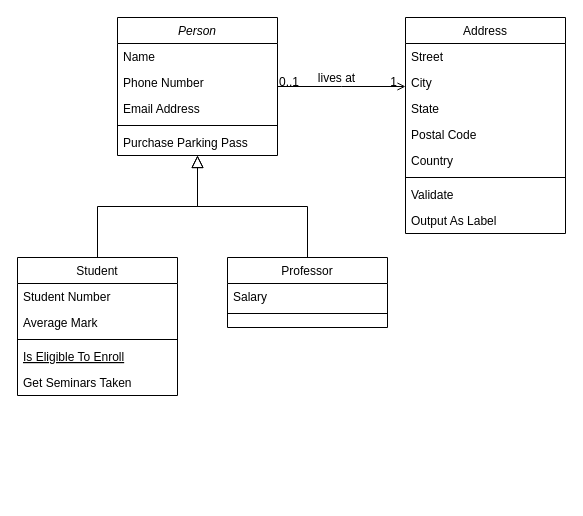
Above: classdiagram.drawio in ROSYIDAN/flow-chart (draw.io), before the change. Source tidied: cells renumbered, new cells numbered last; positions are measured from the earlier drawing's top-left corner, leaving out a move shared by most shapes. Both pictures are drawn from the tidied source at 100%, with x=0, y=0 at pixel (17, 17).
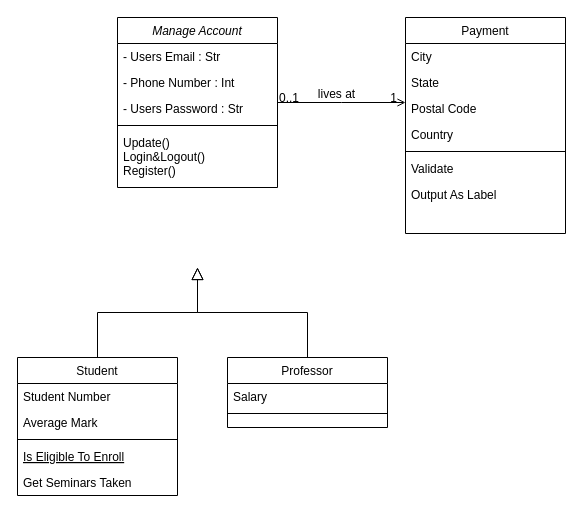
Above is the later version.

Change to the diagram source:
```diff
@@
-    <mxCell id="2" value="Person" style="swimlane;fontStyle=2;align=center;verticalAlign=top;horizontal=1;startSize=26;rounded=0;shadow=0;strokeWidth=1;" parent="1" vertex="1">
-      <mxGeometry x="100" width="160" height="138" as="geometry" />
+    <mxCell id="2" value="Manage Account" style="swimlane;fontStyle=2;align=center;verticalAlign=top;horizontal=1;startSize=26;rounded=0;shadow=0;strokeWidth=1;" parent="1" vertex="1">
+      <mxGeometry x="100" width="160" height="170" as="geometry" />
     </mxCell>
-    <mxCell id="3" value="Name" style="text;align=left;verticalAlign=top;spacingLeft=4;spacingRight=4;overflow=hidden;" parent="2" vertex="1">
+    <mxCell id="3" value="- Users Email : Str" style="text;align=left;verticalAlign=top;spacingLeft=4;spacingRight=4;overflow=hidden;" parent="2" vertex="1">
       <mxGeometry y="26" width="160" height="26" as="geometry" />
     </mxCell>
-    <mxCell id="4" value="Phone Number" style="text;align=left;verticalAlign=top;spacingLeft=4;spacingRight=4;overflow=hidden;rounded=0;shadow=0;html=0;" parent="2" vertex="1">
+    <mxCell id="4" value="- Phone Number : Int" style="text;align=left;verticalAlign=top;spacingLeft=4;spacingRight=4;overflow=hidden;rounded=0;shadow=0;html=0;" parent="2" vertex="1">
       <mxGeometry y="52" width="160" height="26" as="geometry" />
     </mxCell>
-    <mxCell id="5" value="Email Address" style="text;align=left;verticalAlign=top;spacingLeft=4;spacingRight=4;overflow=hidden;rounded=0;shadow=0;html=0;" parent="2" vertex="1">
+    <mxCell id="5" value="- Users Password : Str" style="text;align=left;verticalAlign=top;spacingLeft=4;spacingRight=4;overflow=hidden;rounded=0;shadow=0;html=0;" parent="2" vertex="1">
       <mxGeometry y="78" width="160" height="26" as="geometry" />
     </mxCell>
@@
-    <mxCell id="7" value="Purchase Parking Pass" style="text;align=left;verticalAlign=top;spacingLeft=4;spacingRight=4;overflow=hidden;" parent="2" vertex="1">
-      <mxGeometry y="112" width="160" height="26" as="geometry" />
+    <mxCell id="7" value="Update()&#10;Login&amp;Logout()&#10;Register()" style="text;align=left;verticalAlign=top;spacingLeft=4;spacingRight=4;overflow=hidden;" parent="2" vertex="1">
+      <mxGeometry y="112" width="160" height="58" as="geometry" />
     </mxCell>
     <mxCell id="8" value="Student" style="swimlane;fontStyle=0;align=center;verticalAlign=top;horizontal=1;startSize=26;rounded=0;shadow=0;strokeWidth=1;" parent="1" vertex="1">
-      <mxGeometry y="240" width="160" height="138" as="geometry" />
+      <mxGeometry y="340" width="160" height="138" as="geometry" />
     </mxCell>
@@
-    <mxCell id="14" style="endArrow=block;endSize=10;endFill=0;shadow=0;strokeWidth=1;rounded=0;edgeStyle=elbowEdgeStyle;elbow=vertical;" parent="1" edge="1" source="8" target="2">
-      <mxGeometry relative="1" as="geometry" />
+    <mxCell id="14" style="endArrow=block;endSize=10;endFill=0;shadow=0;strokeWidth=1;rounded=0;edgeStyle=elbowEdgeStyle;elbow=vertical;" parent="1" edge="1" source="8">
+      <mxGeometry relative="1" as="geometry">
+        <mxPoint x="180" y="250" as="targetPoint" />
+      </mxGeometry>
     </mxCell>
     <mxCell id="15" value="Professor" style="swimlane;fontStyle=0;align=center;verticalAlign=top;horizontal=1;startSize=26;rounded=0;shadow=0;strokeWidth=1;" parent="1" vertex="1">
-      <mxGeometry x="210" y="240" width="160" height="70" as="geometry" />
+      <mxGeometry x="210" y="340" width="160" height="70" as="geometry" />
     </mxCell>
@@
-    <mxCell id="18" style="endArrow=block;endSize=10;endFill=0;shadow=0;strokeWidth=1;rounded=0;edgeStyle=elbowEdgeStyle;elbow=vertical;" parent="1" edge="1" source="15" target="2">
-      <mxGeometry relative="1" as="geometry" />
+    <mxCell id="18" style="endArrow=block;endSize=10;endFill=0;shadow=0;strokeWidth=1;rounded=0;edgeStyle=elbowEdgeStyle;elbow=vertical;" parent="1" edge="1" source="15">
+      <mxGeometry relative="1" as="geometry">
+        <mxPoint x="180" y="250" as="targetPoint" />
+      </mxGeometry>
     </mxCell>
-    <mxCell id="19" value="Address" style="swimlane;fontStyle=0;align=center;verticalAlign=top;horizontal=1;startSize=26;rounded=0;shadow=0;strokeWidth=1;" parent="1" vertex="1">
+    <mxCell id="19" value="Payment" style="swimlane;fontStyle=0;align=center;verticalAlign=top;horizontal=1;startSize=26;rounded=0;shadow=0;strokeWidth=1;" parent="1" vertex="1">
       <mxGeometry x="388" width="160" height="216" as="geometry" />
     </mxCell>
-    <mxCell id="20" value="Street" style="text;align=left;verticalAlign=top;spacingLeft=4;spacingRight=4;overflow=hidden;" parent="19" vertex="1">
-      <mxGeometry y="26" width="160" height="26" as="geometry" />
-    </mxCell>
     <mxCell id="21" value="City" style="text;align=left;verticalAlign=top;spacingLeft=4;spacingRight=4;overflow=hidden;rounded=0;shadow=0;html=0;" parent="19" vertex="1">
-      <mxGeometry y="52" width="160" height="26" as="geometry" />
+      <mxGeometry y="26" width="160" height="26" as="geometry" />
     </mxCell>
     <mxCell id="22" value="State" style="text;align=left;verticalAlign=top;spacingLeft=4;spacingRight=4;overflow=hidden;rounded=0;shadow=0;html=0;" parent="19" vertex="1">
-      <mxGeometry y="78" width="160" height="26" as="geometry" />
+      <mxGeometry y="52" width="160" height="26" as="geometry" />
     </mxCell>
     <mxCell id="23" value="Postal Code" style="text;align=left;verticalAlign=top;spacingLeft=4;spacingRight=4;overflow=hidden;rounded=0;shadow=0;html=0;" parent="19" vertex="1">
-      <mxGeometry y="104" width="160" height="26" as="geometry" />
+      <mxGeometry y="78" width="160" height="26" as="geometry" />
     </mxCell>
     <mxCell id="24" value="Country" style="text;align=left;verticalAlign=top;spacingLeft=4;spacingRight=4;overflow=hidden;rounded=0;shadow=0;html=0;" parent="19" vertex="1">
-      <mxGeometry y="130" width="160" height="26" as="geometry" />
+      <mxGeometry y="104" width="160" height="26" as="geometry" />
     </mxCell>
     <mxCell id="25" style="line;html=1;strokeWidth=1;align=left;verticalAlign=middle;spacingTop=-1;spacingLeft=3;spacingRight=3;labelPosition=right;" parent="19" vertex="1">
-      <mxGeometry y="156" width="160" height="8" as="geometry" />
+      <mxGeometry y="130" width="160" height="8" as="geometry" />
     </mxCell>
     <mxCell id="26" value="Validate" style="text;align=left;verticalAlign=top;spacingLeft=4;spacingRight=4;overflow=hidden;" parent="19" vertex="1">
-      <mxGeometry y="164" width="160" height="26" as="geometry" />
+      <mxGeometry y="138" width="160" height="26" as="geometry" />
     </mxCell>
     <mxCell id="27" value="Output As Label" style="text;align=left;verticalAlign=top;spacingLeft=4;spacingRight=4;overflow=hidden;" parent="19" vertex="1">
-      <mxGeometry y="190" width="160" height="26" as="geometry" />
+      <mxGeometry y="164" width="160" height="26" as="geometry" />
     </mxCell>
```
